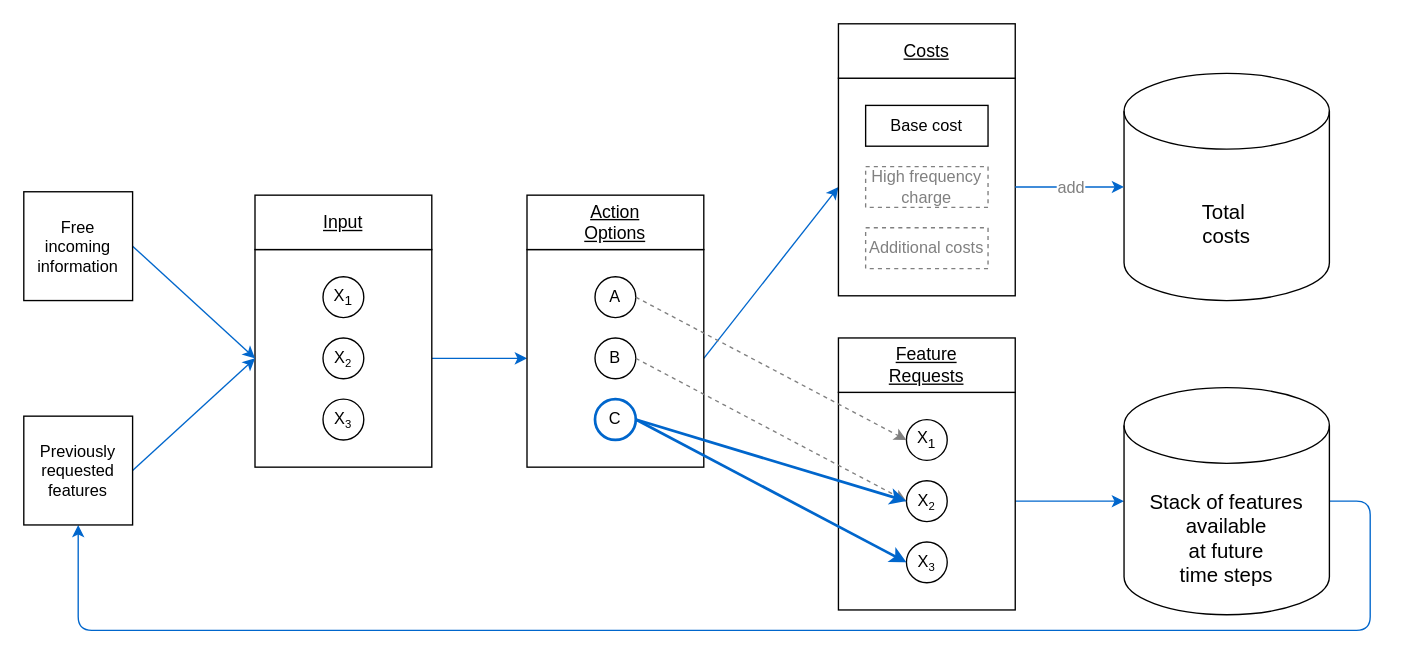
joshuawe/sepsis keeps this draw.io diagram as page "Copy of Page-1" (1 of 2) of figures/AFA_agent_action_loop.drawio. Above is the earlier version. Source tidied: cells renumbered, new cells numbered last; positions are measured from the earlier drawing's top-left corner, leaving out a move shared by most shapes. Both pictures are drawn from the tidied source at 136%, with x=0, y=0 at pixel (23, 23).
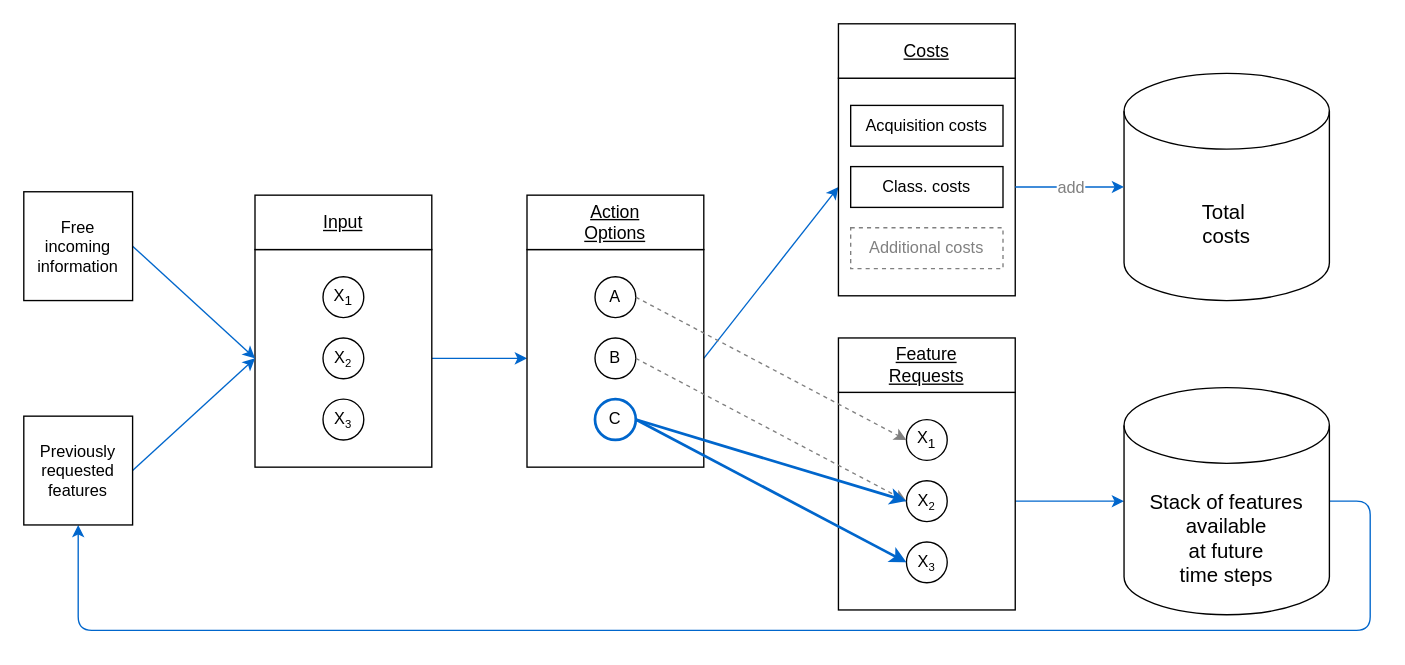
The same diagram, later.

Change to the diagram source:
```diff
@@
-    <mxCell id="18" value="Base cost" style="rounded=0;whiteSpace=wrap;html=1;strokeColor=default;fontSize=12;" parent="1" vertex="1">
-      <mxGeometry x="619" y="60" width="90" height="30" as="geometry" />
-    </mxCell>
-    <mxCell id="19" value="High frequency charge" style="rounded=0;whiteSpace=wrap;html=1;strokeColor=#808080;fontSize=12;dashed=1;fontColor=#808080;" parent="1" vertex="1">
-      <mxGeometry x="619" y="105" width="90" height="30" as="geometry" />
-    </mxCell>
-    <mxCell id="20" value="Additional costs" style="rounded=0;whiteSpace=wrap;html=1;strokeColor=#808080;fontSize=12;dashed=1;fontColor=#808080;" parent="1" vertex="1">
-      <mxGeometry x="619" y="150" width="90" height="30" as="geometry" />
-    </mxCell>
@@
+    <mxCell id="20" value="Additional costs" style="rounded=0;whiteSpace=wrap;html=1;strokeColor=#808080;fontSize=12;dashed=1;fontColor=#808080;" parent="1" vertex="1">
+      <mxGeometry x="608" y="150" width="112" height="30" as="geometry" />
+    </mxCell>
+    <mxCell id="38" value="Class. costs" style="rounded=0;whiteSpace=wrap;html=1;strokeColor=#000000;fontSize=12;fontColor=#000000;gradientColor=none;" parent="1" vertex="1">
+      <mxGeometry x="608" y="105" width="112" height="30" as="geometry" />
+    </mxCell>
+    <mxCell id="39" value="Acquisition costs" style="rounded=0;whiteSpace=wrap;html=1;strokeColor=default;fontSize=12;" parent="1" vertex="1">
+      <mxGeometry x="608" y="60" width="112" height="30" as="geometry" />
+    </mxCell>
```
